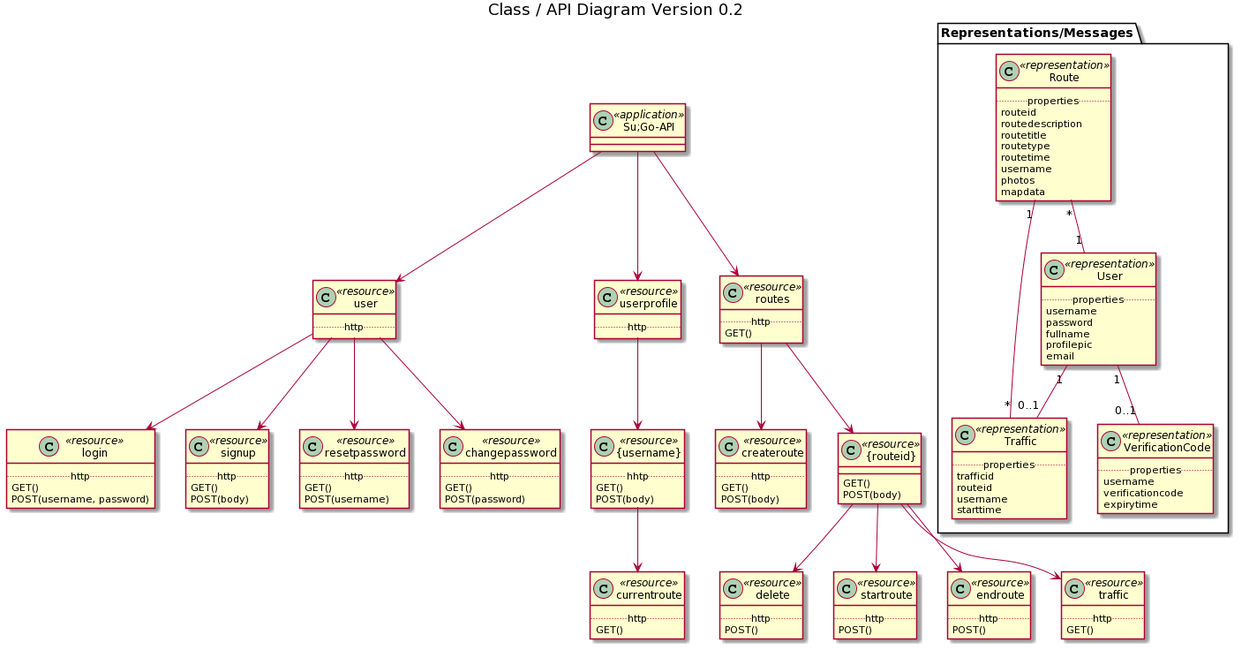
tysonkaufmann/su-go keeps this PlantUML diagram as documentation/images/class diagram.png. Above is the earlier version.
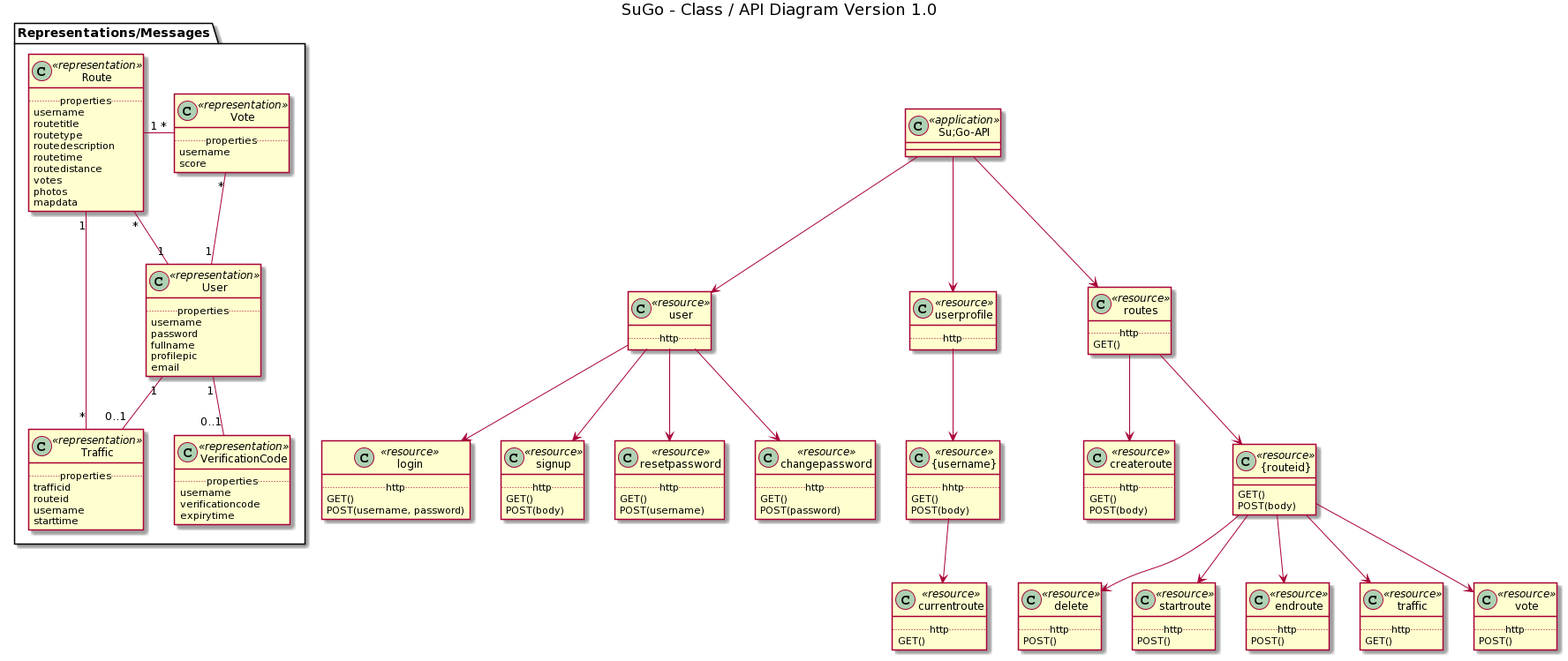
Above is the later version.

Change to the diagram source:
```diff
@@ -1,5 +1,5 @@
 @startuml
-title Class / API Diagram Version 0.2
+title SuGo - Class / API Diagram Version 1.0
 skinparam classAttributeIconSize 0
 
 package "Representations/Messages" {
@@ -7,18 +7,26 @@
 class Traffic << representation >>
 class User << representation >>
 class VerificationCode << representation >>
+class Vote << representation >>
 }
 
 class Route {
 .. properties ..
-routeid
-routedescription
+username
 routetitle
 routetype
+routedescription
 routetime
-username
+routedistance
+votes
 photos
 mapdata
+}
+
+class Vote{
+.. properties ..
+username
+score
 }
 
 class Traffic{
@@ -126,8 +134,15 @@
 GET()
 }
 
+class vote << resource >> {
+.. http ..
+POST()
+}
+
 User "1" -- "0..1" Traffic
 Route "1" -- "*" Traffic
+Route "1" - "*" Vote
+Vote "*" -- "1" User
 Route "*" -- "1" User
 User "1" -- "0..1" VerificationCode
 
@@ -146,5 +161,6 @@
 "{routeid}" --> endroute
 "{routeid}" --> traffic
 "{routeid}" --> delete
+"{routeid}" --> vote
 routes --> createroute
 @enduml
```
